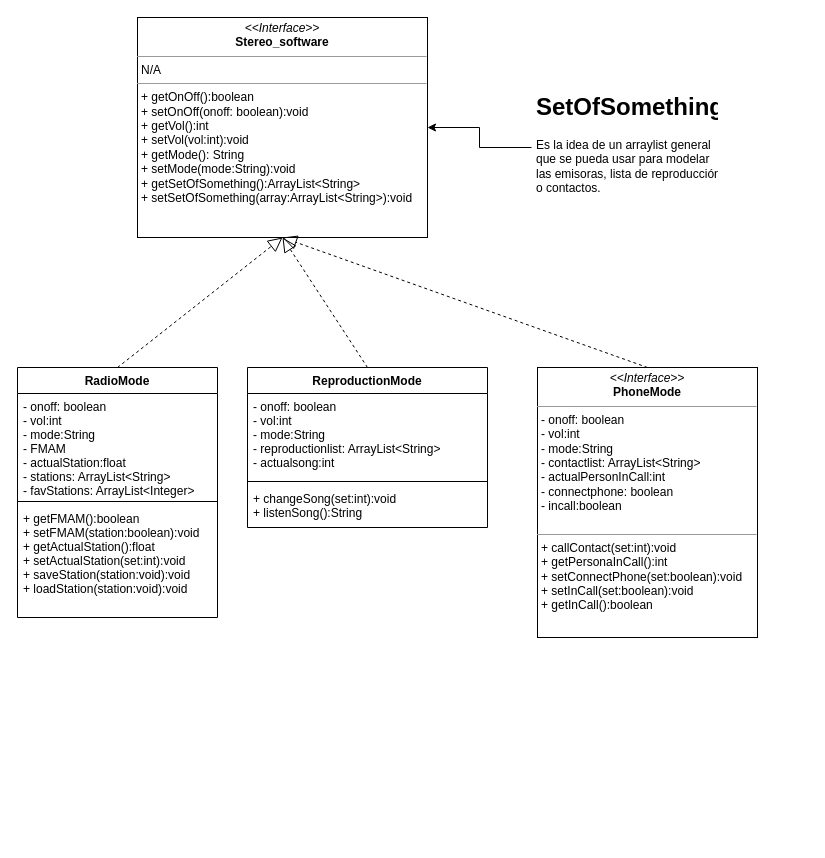
Above: Others/Lab4UMLPOO.drawio in DiggsPapu/Lab4POO (draw.io), before the change. Source tidied: cells renumbered, new cells numbered last; positions are measured from the earlier drawing's top-left corner, leaving out a move shared by most shapes. Both pictures are drawn from the tidied source at 100%, with x=0, y=0 at pixel (17, 17).
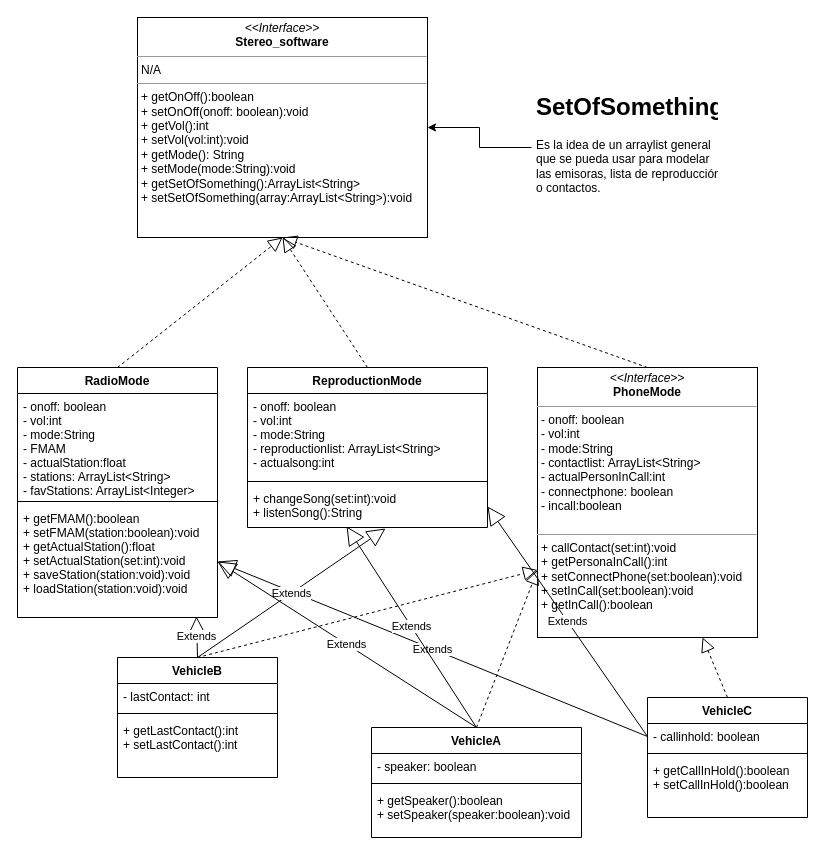
The same page after the edit.

Commit message:
Classes carABC with phone

The change refers to these unchanged cells:
```xml
<mxCell id="6" value="+ getFMAM():boolean&#10;+ setFMAM(station:boolean):void&#10;+ getActualStation():float&#10;+ setActualStation(set:int):void&#10;+ saveStation(station:void):void&#10;+ loadStation(station:void):void&#10;" style="text;strokeColor=none;fillColor=none;align=left;verticalAlign=top;spacingLeft=4;spacingRight=4;overflow=hidden;points=[[0,0.5],[1,0.5]];portConstraint=eastwest;" parent="3" vertex="1">
  <mxGeometry y="138" width="200" height="112" as="geometry" />
</mxCell>
<mxCell id="10" value="+ changeSong(set:int):void&#10;+ listenSong():String" style="text;strokeColor=none;fillColor=none;align=left;verticalAlign=top;spacingLeft=4;spacingRight=4;overflow=hidden;points=[[0,0.5],[1,0.5]];portConstraint=eastwest;" parent="7" vertex="1">
  <mxGeometry y="118" width="240" height="42" as="geometry" />
</mxCell>
<mxCell id="16" value="&lt;p style=&quot;margin:0px;margin-top:4px;text-align:center;&quot;&gt;&lt;i&gt;&amp;lt;&amp;lt;Interface&amp;gt;&amp;gt;&lt;/i&gt;&lt;br&gt;&lt;b&gt;PhoneMode&lt;/b&gt;&lt;/p&gt;&lt;hr size=&quot;1&quot;&gt;&lt;p style=&quot;margin:0px;margin-left:4px;&quot;&gt;- onoff: boolean&lt;br style=&quot;padding: 0px; margin: 0px;&quot;&gt;- vol:int&lt;br style=&quot;padding: 0px; margin: 0px;&quot;&gt;- mode:String&lt;br style=&quot;padding: 0px; margin: 0px;&quot;&gt;- contactlist: ArrayList&amp;lt;String&amp;gt;&lt;br style=&quot;padding: 0px; margin: 0px;&quot;&gt;- actualPersonInCall:int&lt;br style=&quot;padding: 0px; margin: 0px;&quot;&gt;- connectphone: boolean&lt;br style=&quot;padding: 0px; margin: 0px;&quot;&gt;- incall:boolean&lt;/p&gt;&lt;div style=&quot;padding: 0px; margin: 0px;&quot;&gt;&lt;br style=&quot;padding: 0px; margin: 0px;&quot;&gt;&lt;/div&gt;&lt;hr size=&quot;1&quot;&gt;&lt;p style=&quot;margin:0px;margin-left:4px;&quot;&gt;+ callContact(set:int):void&lt;br style=&quot;padding: 0px; margin: 0px;&quot;&gt;+ getPersonaInCall():int&lt;br style=&quot;padding: 0px; margin: 0px;&quot;&gt;+ setConnectPhone(set:boolean):void&lt;br style=&quot;padding: 0px; margin: 0px;&quot;&gt;+ setInCall(set:boolean):void&lt;br style=&quot;padding: 0px; margin: 0px;&quot;&gt;+ getInCall():boolean&lt;br&gt;&lt;/p&gt;" style="verticalAlign=top;align=left;overflow=fill;fontSize=12;fontFamily=Helvetica;html=1;" parent="1" vertex="1">
  <mxGeometry x="520" y="350" width="220" height="270" as="geometry" />
</mxCell>
```

The edit, as a diff of the source:
```diff
@@
+    <mxCell id="17" value="VehicleA" style="swimlane;fontStyle=1;align=center;verticalAlign=top;horizontal=1;startSize=26;" parent="1" vertex="1">
+      <mxGeometry x="354" y="710" width="210" height="110" as="geometry" />
+    </mxCell>
+    <mxCell id="18" value="- speaker: boolean" style="text;strokeColor=none;fillColor=none;align=left;verticalAlign=top;spacingLeft=4;spacingRight=4;overflow=hidden;" parent="17" vertex="1">
+      <mxGeometry y="26" width="210" height="26" as="geometry" />
+    </mxCell>
+    <mxCell id="19" style="line;strokeWidth=1;fillColor=none;align=left;verticalAlign=middle;spacingTop=-1;spacingLeft=3;spacingRight=3;labelPosition=right;strokeColor=inherit;" parent="17" vertex="1">
+      <mxGeometry y="52" width="210" height="8" as="geometry" />
+    </mxCell>
+    <mxCell id="20" value="+ getSpeaker():boolean&#10;+ setSpeaker(speaker:boolean):void" style="text;strokeColor=none;fillColor=none;align=left;verticalAlign=top;spacingLeft=4;spacingRight=4;overflow=hidden;" parent="17" vertex="1">
+      <mxGeometry y="60" width="210" height="50" as="geometry" />
+    </mxCell>
+    <mxCell id="21" value="VehicleB" style="swimlane;fontStyle=1;align=center;verticalAlign=top;horizontal=1;startSize=26;" parent="1" vertex="1">
+      <mxGeometry x="100" y="640" width="160" height="120" as="geometry" />
+    </mxCell>
+    <mxCell id="22" value="- lastContact: int" style="text;strokeColor=none;fillColor=none;align=left;verticalAlign=top;spacingLeft=4;spacingRight=4;overflow=hidden;" parent="21" vertex="1">
+      <mxGeometry y="26" width="160" height="26" as="geometry" />
+    </mxCell>
+    <mxCell id="23" style="line;strokeWidth=1;fillColor=none;align=left;verticalAlign=middle;spacingTop=-1;spacingLeft=3;spacingRight=3;labelPosition=right;strokeColor=inherit;" parent="21" vertex="1">
+      <mxGeometry y="52" width="160" height="8" as="geometry" />
+    </mxCell>
+    <mxCell id="24" value="+ getLastContact():int&#10;+ setLastContact():int" style="text;strokeColor=none;fillColor=none;align=left;verticalAlign=top;spacingLeft=4;spacingRight=4;overflow=hidden;" parent="21" vertex="1">
+      <mxGeometry y="60" width="160" height="60" as="geometry" />
+    </mxCell>
+    <mxCell id="25" value="VehicleC" style="swimlane;fontStyle=1;align=center;verticalAlign=top;horizontal=1;startSize=26;" parent="1" vertex="1">
+      <mxGeometry x="630" y="680" width="160" height="120" as="geometry" />
+    </mxCell>
+    <mxCell id="26" value="- callinhold: boolean" style="text;strokeColor=none;fillColor=none;align=left;verticalAlign=top;spacingLeft=4;spacingRight=4;overflow=hidden;points=[[0,0.5],[1,0.5]];portConstraint=eastwest;" parent="25" vertex="1">
+      <mxGeometry y="26" width="160" height="26" as="geometry" />
+    </mxCell>
+    <mxCell id="27" style="line;strokeWidth=1;fillColor=none;align=left;verticalAlign=middle;spacingTop=-1;spacingLeft=3;spacingRight=3;labelPosition=right;strokeColor=inherit;" parent="25" vertex="1">
+      <mxGeometry y="52" width="160" height="8" as="geometry" />
+    </mxCell>
+    <mxCell id="28" value="+ getCallInHold():boolean&#10;+ setCallInHold():boolean" style="text;strokeColor=none;fillColor=none;align=left;verticalAlign=top;spacingLeft=4;spacingRight=4;overflow=hidden;" parent="25" vertex="1">
+      <mxGeometry y="60" width="160" height="60" as="geometry" />
+    </mxCell>
+    <mxCell id="29" style="endArrow=block;dashed=1;endFill=0;endSize=12;html=1;rounded=0;entryX=0.75;entryY=1;entryDx=0;entryDy=0;exitX=0.5;exitY=0;exitDx=0;exitDy=0;" parent="1" edge="1" source="25" target="16">
+      <mxGeometry relative="1" as="geometry" />
+    </mxCell>
+    <mxCell id="30" value="Extends" style="endArrow=block;endSize=16;endFill=0;html=1;rounded=0;entryX=1;entryY=0.5;entryDx=0;entryDy=0;exitX=0;exitY=0.5;exitDx=0;exitDy=0;" parent="1" edge="1" source="26" target="10">
+      <mxGeometry relative="1" as="geometry" />
+    </mxCell>
+    <mxCell id="31" value="Extends" style="endArrow=block;endSize=16;endFill=0;html=1;rounded=0;entryX=1;entryY=0.5;entryDx=0;entryDy=0;exitX=0;exitY=0.5;exitDx=0;exitDy=0;" parent="1" edge="1" source="26" target="6">
+      <mxGeometry relative="1" as="geometry" />
+    </mxCell>
+    <mxCell id="32" value="Extends" style="endArrow=block;endSize=16;endFill=0;html=1;rounded=0;entryX=0.575;entryY=1.024;entryDx=0;entryDy=0;exitX=0.5;exitY=0;exitDx=0;exitDy=0;entryPerimeter=0;" parent="1" edge="1" source="21" target="10">
+      <mxGeometry relative="1" as="geometry" />
+    </mxCell>
+    <mxCell id="33" value="Extends" style="endArrow=block;endSize=16;endFill=0;html=1;rounded=0;entryX=0.895;entryY=0.991;entryDx=0;entryDy=0;entryPerimeter=0;" parent="1" edge="1" target="6">
+      <mxGeometry relative="1" as="geometry">
+        <mxPoint x="180" y="640" as="sourcePoint" />
+      </mxGeometry>
+    </mxCell>
+    <mxCell id="34" style="endArrow=block;dashed=1;endFill=0;endSize=12;html=1;rounded=0;entryX=0;entryY=0.75;entryDx=0;entryDy=0;exitX=0.5;exitY=0;exitDx=0;exitDy=0;" parent="1" edge="1" source="21" target="16">
+      <mxGeometry relative="1" as="geometry" />
+    </mxCell>
+    <mxCell id="35" value="Extends" style="endArrow=block;endSize=16;endFill=0;html=1;rounded=0;entryX=0.413;entryY=0.976;entryDx=0;entryDy=0;exitX=0.5;exitY=0;exitDx=0;exitDy=0;entryPerimeter=0;" parent="1" edge="1" source="17" target="10">
+      <mxGeometry relative="1" as="geometry" />
+    </mxCell>
+    <mxCell id="36" value="Extends" style="endArrow=block;endSize=16;endFill=0;html=1;rounded=0;entryX=1;entryY=0.5;entryDx=0;entryDy=0;exitX=0.5;exitY=0;exitDx=0;exitDy=0;" parent="1" edge="1" source="17" target="6">
+      <mxGeometry relative="1" as="geometry" />
+    </mxCell>
+    <mxCell id="37" style="endArrow=block;dashed=1;endFill=0;endSize=12;html=1;rounded=0;entryX=0;entryY=0.75;entryDx=0;entryDy=0;exitX=0.5;exitY=0;exitDx=0;exitDy=0;" parent="1" edge="1" source="17" target="16">
+      <mxGeometry relative="1" as="geometry" />
+    </mxCell>
```
